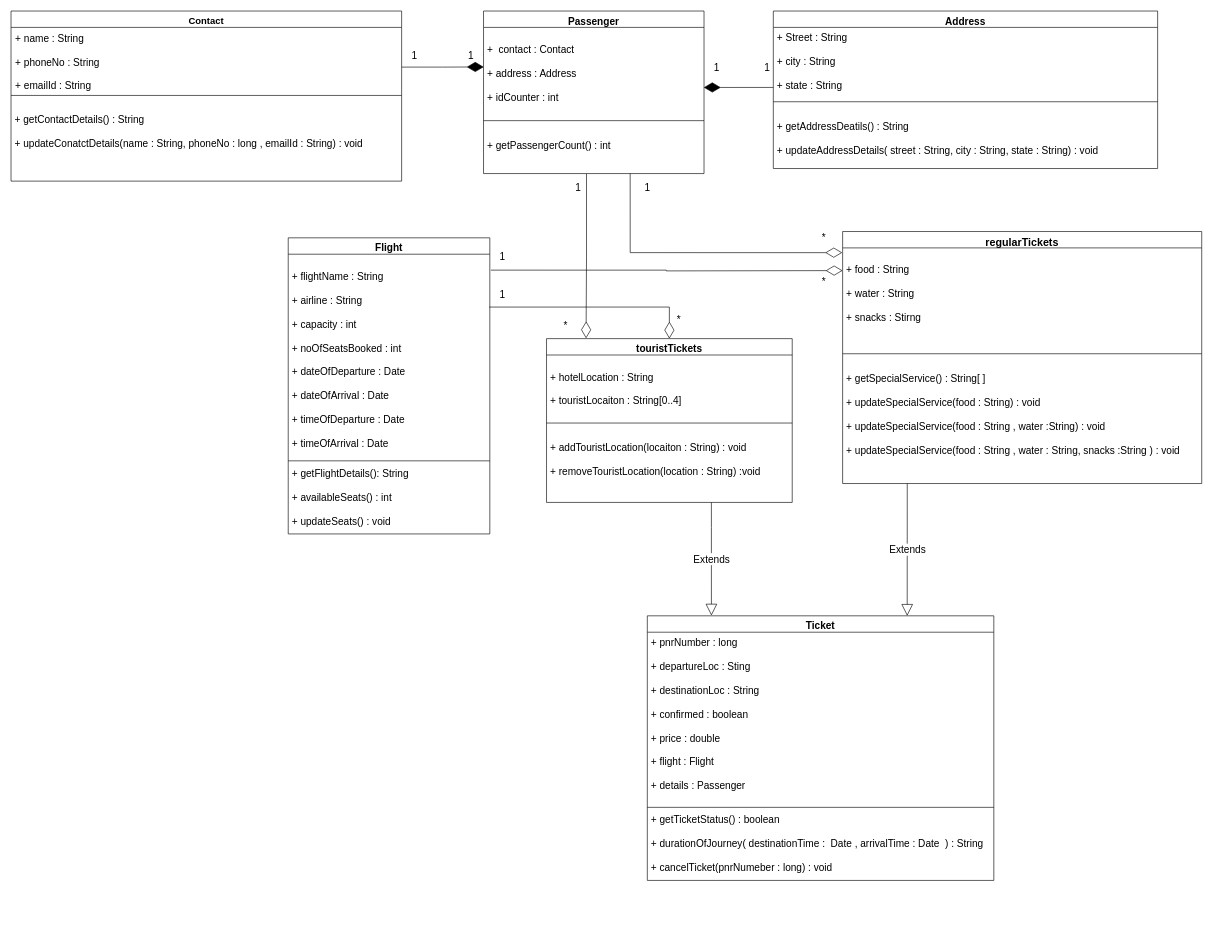
This is UML/class diagram.drawio from abdulashfaq/FRS, a draw.io file, before an edit. Source tidied: cells renumbered, new cells numbered last; positions are measured from the earlier drawing's top-left corner, leaving out a move shared by most shapes. Both pictures are drawn from the tidied source at 63%, with x=0, y=0 at pixel (11, 11).
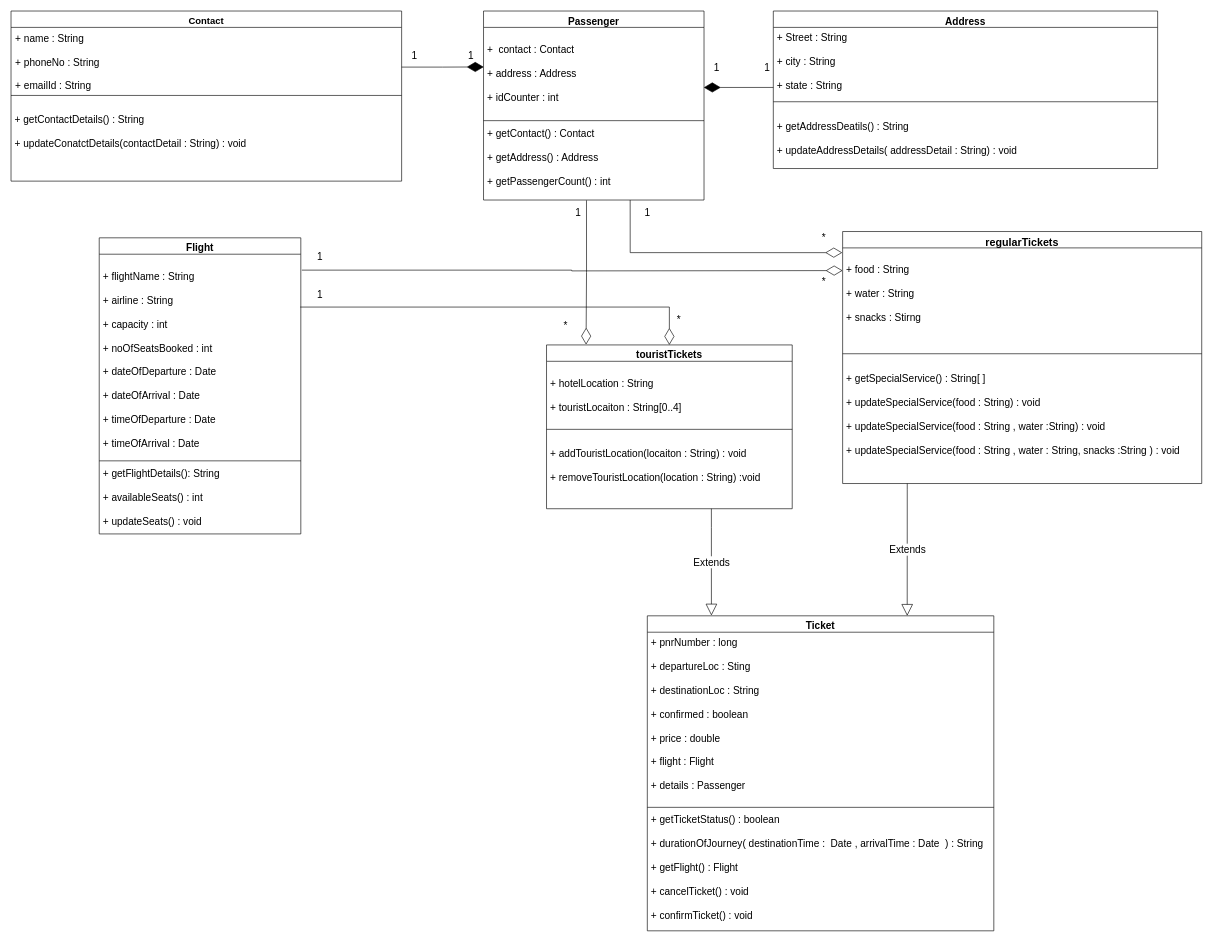
The same diagram, later.

Commit message (it also covers changes not shown here):
written code for passenger class

Unchanged cells that the change refers to:
```xml
<mxCell id="2" value="Contact" style="swimlane;fontStyle=1;align=center;verticalAlign=top;horizontal=1;startSize=26;fontSize=15;" parent="1" vertex="1">
  <mxGeometry width="620" height="270" as="geometry" />
</mxCell>
<mxCell id="6" value="Address" style="swimlane;fontStyle=1;align=center;verticalAlign=top;horizontal=1;startSize=26;fontSize=16;" parent="1" vertex="1">
  <mxGeometry x="1210" width="610" height="250" as="geometry" />
</mxCell>
```

What changed in the source:
```diff
@@
-    <mxCell id="5" value="&#10;+ getContactDetails() : String&#10;&#10;+ updateConatctDetails(name : String, phoneNo : long , emailId : String) : void" style="text;strokeColor=none;fillColor=none;align=left;verticalAlign=top;spacingLeft=4;spacingRight=4;overflow=hidden;fontSize=16;" parent="2" vertex="1">
+    <mxCell id="5" value="&#10;+ getContactDetails() : String&#10;&#10;+ updateConatctDetails(contactDetail : String) : void" style="text;strokeColor=none;fillColor=none;align=left;verticalAlign=top;spacingLeft=4;spacingRight=4;overflow=hidden;fontSize=16;" parent="2" vertex="1">
       <mxGeometry y="138" width="620" height="132" as="geometry" />
     </mxCell>
@@
-    <mxCell id="9" value="&#10;+ getAddressDeatils() : String&#10;&#10;+ updateAddressDetails( street : String, city : String, state : String) : void" style="text;strokeColor=none;fillColor=none;align=left;verticalAlign=top;spacingLeft=4;spacingRight=4;overflow=hidden;fontSize=16;" parent="6" vertex="1">
+    <mxCell id="9" value="&#10;+ getAddressDeatils() : String&#10;&#10;+ updateAddressDetails( addressDetail : String) : void" style="text;strokeColor=none;fillColor=none;align=left;verticalAlign=top;spacingLeft=4;spacingRight=4;overflow=hidden;fontSize=16;" parent="6" vertex="1">
       <mxGeometry y="148" width="610" height="102" as="geometry" />
     </mxCell>
@@
     <mxCell id="14" value="touristTickets" style="swimlane;fontStyle=1;align=center;verticalAlign=top;horizontal=1;startSize=26;fontSize=16;" parent="1" vertex="1">
-      <mxGeometry x="850" y="520" width="390" height="260" as="geometry" />
+      <mxGeometry x="850" y="530" width="390" height="260" as="geometry" />
     </mxCell>
@@
     <mxCell id="18" value="Flight" style="swimlane;fontStyle=1;align=center;verticalAlign=top;horizontal=1;startSize=26;fontSize=16;" parent="1" vertex="1">
-      <mxGeometry x="440" y="360" width="320" height="470" as="geometry" />
+      <mxGeometry x="140" y="360" width="320" height="470" as="geometry" />
     </mxCell>
@@
     <mxCell id="22" value="Ticket" style="swimlane;fontStyle=1;align=center;verticalAlign=top;horizontal=1;startSize=26;fontSize=16;" parent="1" vertex="1">
-      <mxGeometry x="1010" y="960" width="550" height="420" as="geometry" />
+      <mxGeometry x="1010" y="960" width="550" height="500" as="geometry" />
     </mxCell>
@@
-    <mxCell id="25" value="+ getTicketStatus() : boolean&#10;&#10;+ durationOfJourney( destinationTime :  Date , arrivalTime : Date  ) : String  &#10;&#10;+ cancelTicket(pnrNumeber : long) : void " style="text;strokeColor=none;fillColor=none;align=left;verticalAlign=top;spacingLeft=4;spacingRight=4;overflow=hidden;fontSize=16;" parent="22" vertex="1">
-      <mxGeometry y="308" width="550" height="112" as="geometry" />
+    <mxCell id="25" value="+ getTicketStatus() : boolean&#10;&#10;+ durationOfJourney( destinationTime :  Date , arrivalTime : Date  ) : String  &#10;&#10;+ getFlight() : Flight &#10;&#10;+ cancelTicket() : void &#10;&#10;+ confirmTicket() : void" style="text;strokeColor=none;fillColor=none;align=left;verticalAlign=top;spacingLeft=4;spacingRight=4;overflow=hidden;fontSize=16;" parent="22" vertex="1">
+      <mxGeometry y="308" width="550" height="192" as="geometry" />
     </mxCell>
     <mxCell id="26" value="Passenger" style="swimlane;fontStyle=1;align=center;verticalAlign=top;horizontal=1;startSize=26;fontSize=16;" parent="1" vertex="1">
-      <mxGeometry x="750" width="350" height="258" as="geometry" />
+      <mxGeometry x="750" width="350" height="300" as="geometry" />
     </mxCell>
@@
-    <mxCell id="29" value="&#10;+ getPassengerCount() : int " style="text;strokeColor=none;fillColor=none;align=left;verticalAlign=top;spacingLeft=4;spacingRight=4;overflow=hidden;points=[[0,0.5],[1,0.5]];portConstraint=eastwest;fontSize=16;" parent="26" vertex="1">
-      <mxGeometry y="178" width="350" height="80" as="geometry" />
+    <mxCell id="29" value="+ getContact() : Contact&#10;&#10;+ getAddress() : Address&#10;&#10;+ getPassengerCount() : int " style="text;strokeColor=none;fillColor=none;align=left;verticalAlign=top;spacingLeft=4;spacingRight=4;overflow=hidden;points=[[0,0.5],[1,0.5]];portConstraint=eastwest;fontSize=16;" parent="26" vertex="1">
+      <mxGeometry y="178" width="350" height="122" as="geometry" />
     </mxCell>
@@
     <mxCell id="34" value="1" style="text;html=1;align=center;verticalAlign=middle;strokeColor=none;fillColor=none;fontSize=16;" parent="1" vertex="1">
-      <mxGeometry x="770" y="380" width="20" height="20" as="geometry" />
+      <mxGeometry x="480" y="380" width="20" height="20" as="geometry" />
     </mxCell>
@@
     <mxCell id="37" value="1" style="text;html=1;align=center;verticalAlign=middle;strokeColor=none;fillColor=none;fontSize=16;" parent="1" vertex="1">
-      <mxGeometry x="770" y="440" width="20" height="20" as="geometry" />
+      <mxGeometry x="480" y="440" width="20" height="20" as="geometry" />
     </mxCell>
@@
     <mxCell id="40" value="1" style="text;html=1;align=center;verticalAlign=middle;strokeColor=none;fillColor=none;fontSize=16;" parent="1" vertex="1">
-      <mxGeometry x="1000" y="270" width="20" height="20" as="geometry" />
+      <mxGeometry x="1000" y="310" width="20" height="20" as="geometry" />
     </mxCell>
@@
     <mxCell id="42" value="1" style="text;html=1;align=center;verticalAlign=middle;strokeColor=none;fillColor=none;fontSize=16;" parent="1" vertex="1">
-      <mxGeometry x="890" y="270" width="20" height="20" as="geometry" />
+      <mxGeometry x="890" y="310" width="20" height="20" as="geometry" />
     </mxCell>
```
